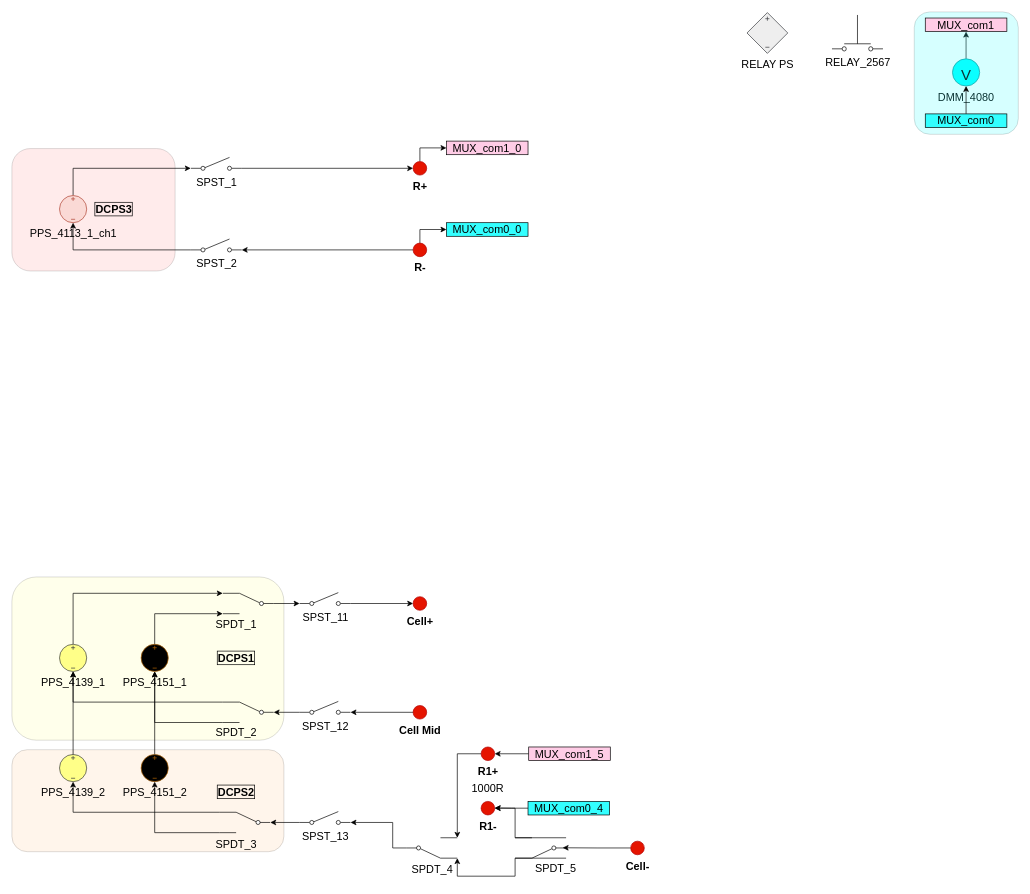
ktlim-xy/draw-io keeps this draw.io diagram as BMS_device_B_6p5.drawio. Above is the earlier version. Source tidied: cells renumbered, new cells numbered last; positions are measured from the earlier drawing's top-left corner, leaving out a move shared by most shapes. Both pictures are drawn from the tidied source at 68%, with x=0, y=0 at pixel (12, 12).
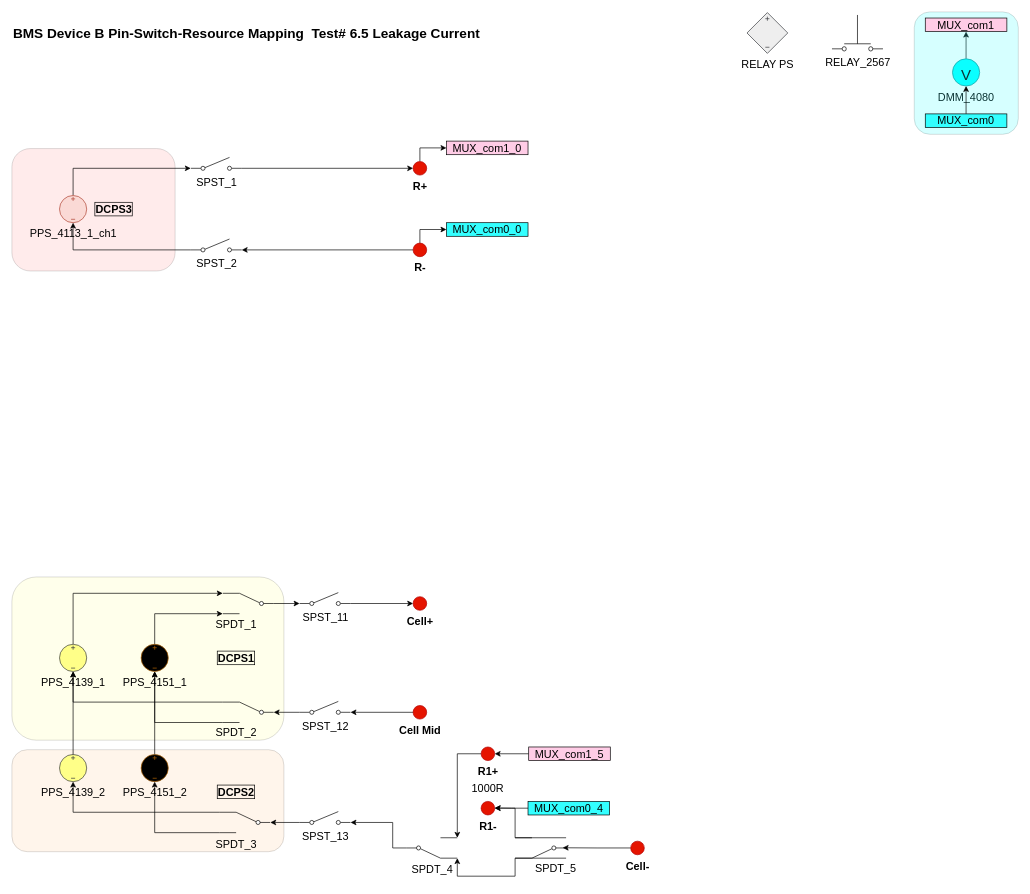
Above is the later version.

Change to the diagram source:
```diff
@@
+    <mxCell id="74" value="&lt;b&gt;BMS Device B Pin-Switch-Resource Mapping&amp;nbsp; Test#&amp;nbsp;6.5 Leakage Current&lt;/b&gt;" style="text;html=1;whiteSpace=wrap;strokeColor=none;fillColor=none;align=left;verticalAlign=middle;rounded=0;fontSize=20;" parent="1" vertex="1">
+      <mxGeometry y="16" width="830" height="30" as="geometry" />
+    </mxCell>
```
